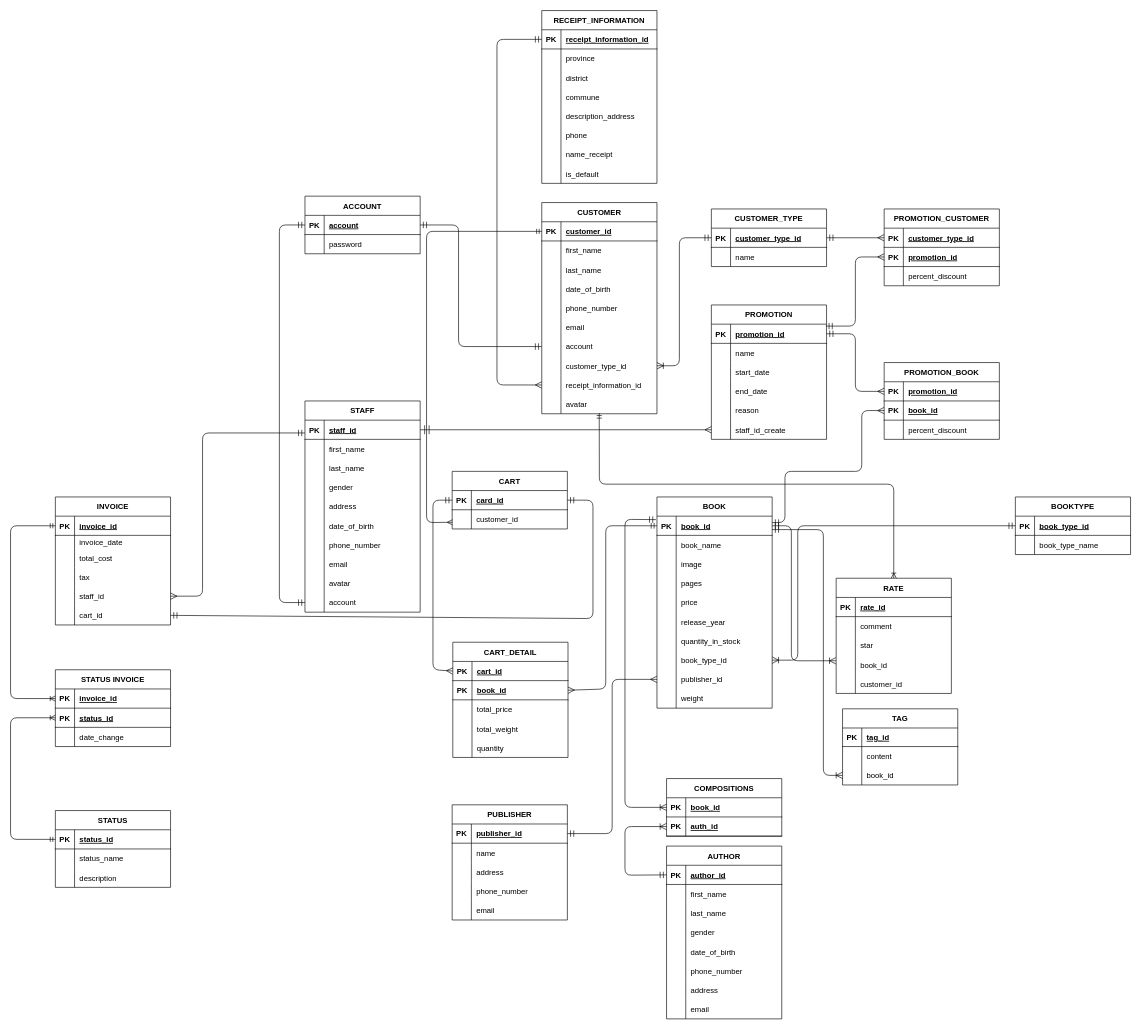
This is design/database.drawio from powdevlin12/Sell_Book_Online_BE_NestJS, a draw.io file, before an edit. Source tidied: cells renumbered, new cells numbered last; positions are measured from the earlier drawing's top-left corner, leaving out a move shared by most shapes. Both pictures are drawn from the tidied source at 64%, with x=0, y=0 at pixel (10, 10).
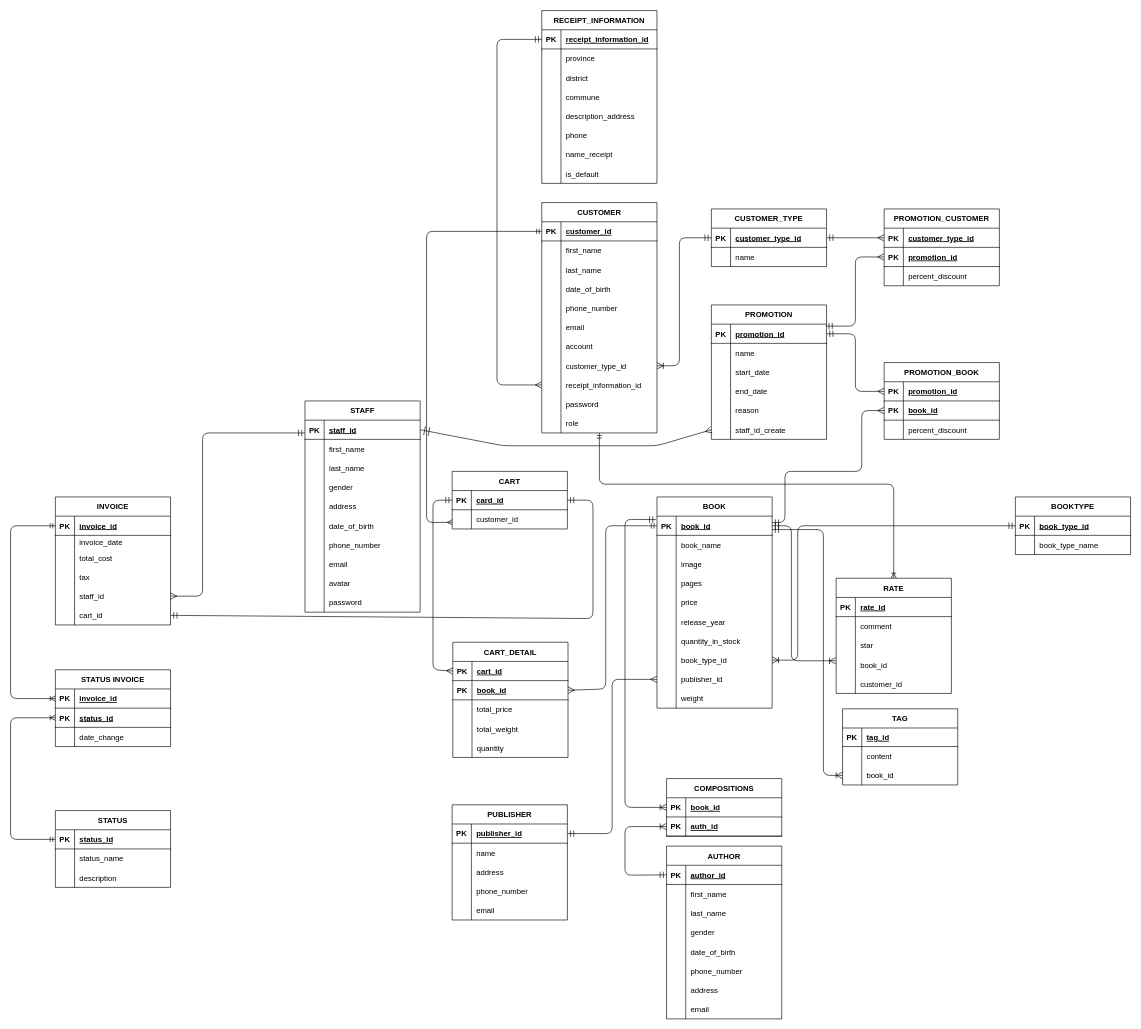
Above is the later version.

Unchanged cells that the change refers to:
```xml
<mxCell id="28" style="shape=tableRow;horizontal=0;startSize=0;swimlaneHead=0;swimlaneBody=0;fillColor=none;points=[[0,0.5],[1,0.5]];portConstraint=eastwest;top=0;left=0;right=0;bottom=0;" parent="9" vertex="1">
  <mxGeometry y="210" width="180" height="30" as="geometry" />
</mxCell>
<mxCell id="37" style="shape=tableRow;horizontal=0;startSize=0;swimlaneHead=0;swimlaneBody=0;fillColor=none;points=[[0,0.5],[1,0.5]];portConstraint=eastwest;top=0;left=0;right=0;bottom=0;" parent="9" vertex="1">
  <mxGeometry y="300" width="180" height="30" as="geometry" />
</mxCell>
<mxCell id="41" style="shape=tableRow;horizontal=0;startSize=0;swimlaneHead=0;swimlaneBody=0;fillColor=none;points=[[0,0.5],[1,0.5]];portConstraint=eastwest;top=0;left=0;right=0;bottom=1;rounded=0;shadow=0;fillStyle=auto;" parent="40" vertex="1">
  <mxGeometry y="30" width="180" height="30" as="geometry" />
</mxCell>
<mxCell id="68" style="shape=tableRow;horizontal=0;startSize=0;swimlaneHead=0;swimlaneBody=0;fillColor=none;points=[[0,0.5],[1,0.5]];portConstraint=eastwest;top=0;left=0;right=0;bottom=0;rounded=0;shadow=0;fillStyle=auto;" parent="40" vertex="1">
  <mxGeometry y="300" width="180" height="30" as="geometry" />
</mxCell>
<mxCell id="177" style="shape=tableRow;horizontal=0;startSize=0;swimlaneHead=0;swimlaneBody=0;fillColor=none;points=[[0,0.5],[1,0.5]];portConstraint=eastwest;top=0;left=0;right=0;bottom=0;rounded=0;shadow=0;fillStyle=auto;" parent="161" vertex="1">
  <mxGeometry y="180" width="180" height="30" as="geometry" />
</mxCell>
<mxCell id="309" value="RATE" style="shape=table;startSize=30;childLayout=tableLayout;rowLines=0;fontStyle=1;align=center;" parent="1" vertex="1">
  <mxGeometry x="1290" y="887" width="180" height="180" as="geometry" />
</mxCell>
```

The edit, as a diff of the source:
```diff
@@
-    <mxCell id="2" value="ACCOUNT" style="shape=table;startSize=30;childLayout=tableLayout;rowLines=0;fontStyle=1;align=center;fillStyle=auto;rounded=0;shadow=0;swimlaneLine=1;gradientColor=none;fillColor=default;swimlaneFillColor=none;" parent="1" vertex="1">
-      <mxGeometry x="460" y="290" width="180" height="90" as="geometry" />
-    </mxCell>
-    <mxCell id="3" style="shape=tableRow;horizontal=0;startSize=0;swimlaneHead=0;swimlaneBody=0;fillColor=none;points=[[0,0.5],[1,0.5]];portConstraint=eastwest;top=0;left=0;right=0;bottom=1;" parent="2" vertex="1">
-      <mxGeometry y="30" width="180" height="30" as="geometry" />
-    </mxCell>
-    <mxCell id="4" value="PK" style="shape=partialRectangle;fillColor=none;top=0;left=0;bottom=0;right=0;fontStyle=1;overflow=hidden;" parent="3" vertex="1">
-      <mxGeometry width="30" height="30" as="geometry" />
-    </mxCell>
-    <mxCell id="5" value="account" style="shape=partialRectangle;fillColor=none;top=0;left=0;bottom=0;right=0;align=left;spacingLeft=6;fontStyle=5;overflow=hidden;" parent="3" vertex="1">
-      <mxGeometry x="30" width="150" height="30" as="geometry" />
-    </mxCell>
-    <mxCell id="6" style="shape=tableRow;horizontal=0;startSize=0;swimlaneHead=0;swimlaneBody=0;fillColor=none;top=0;left=0;right=0;bottom=0;" parent="2" vertex="1">
-      <mxGeometry y="60" width="180" height="30" as="geometry" />
-    </mxCell>
-    <mxCell id="7" style="shape=partialRectangle;fillColor=none;top=0;left=0;bottom=0;right=0;overflow=hidden;" parent="6" vertex="1">
-      <mxGeometry width="30" height="30" as="geometry" />
-    </mxCell>
-    <mxCell id="8" value="password" style="shape=partialRectangle;fillColor=none;top=0;left=0;bottom=0;right=0;align=left;spacingLeft=6;overflow=hidden;" parent="6" vertex="1">
-      <mxGeometry x="30" width="150" height="30" as="geometry" />
-    </mxCell>
     <mxCell id="9" value="CUSTOMER" style="shape=table;startSize=30;childLayout=tableLayout;rowLines=0;fontStyle=1;align=center;" parent="1" vertex="1">
-      <mxGeometry x="830" y="300" width="180" height="330" as="geometry" />
+      <mxGeometry x="830" y="300" width="180" height="360" as="geometry" />
     </mxCell>
@@
-    <mxCell id="39" value="avatar" style="shape=partialRectangle;fillColor=none;top=0;left=0;bottom=0;right=0;align=left;spacingLeft=6;overflow=hidden;" parent="37" vertex="1">
+    <mxCell id="39" value="password" style="shape=partialRectangle;fillColor=none;top=0;left=0;bottom=0;right=0;align=left;spacingLeft=6;overflow=hidden;" parent="37" vertex="1">
       <mxGeometry x="30" width="150" height="30" as="geometry" />
     </mxCell>
+    <mxCell id="339" style="shape=tableRow;horizontal=0;startSize=0;swimlaneHead=0;swimlaneBody=0;fillColor=none;top=0;left=0;right=0;bottom=0;" parent="9" vertex="1">
+      <mxGeometry y="330" width="180" height="30" as="geometry" />
+    </mxCell>
+    <mxCell id="7" style="shape=partialRectangle;fillColor=none;top=0;left=0;bottom=0;right=0;overflow=hidden;" parent="339" vertex="1">
+      <mxGeometry width="30" height="30" as="geometry" />
+    </mxCell>
+    <mxCell id="340" value="role" style="shape=partialRectangle;fillColor=none;top=0;left=0;bottom=0;right=0;align=left;spacingLeft=6;overflow=hidden;" parent="339" vertex="1">
+      <mxGeometry x="30" width="150" height="30" as="geometry" />
+    </mxCell>
@@
-    <mxCell id="70" value="account" style="shape=partialRectangle;fillColor=none;top=0;left=0;bottom=0;right=0;align=left;spacingLeft=6;overflow=hidden;rounded=0;shadow=0;fillStyle=auto;" parent="68" vertex="1">
-      <mxGeometry x="30" width="150" height="30" as="geometry" />
-    </mxCell>
+    <mxCell id="8" value="password" style="shape=partialRectangle;fillColor=none;top=0;left=0;bottom=0;right=0;align=left;spacingLeft=6;overflow=hidden;rounded=0;shadow=0;fillStyle=auto;" parent="68" vertex="1">
+      <mxGeometry x="30" width="150" height="30" as="geometry" />
+    </mxCell>
@@
-    <mxCell id="109" style="edgeStyle=none;html=1;exitX=0;exitY=0.5;exitDx=0;exitDy=0;entryX=0;entryY=0.5;entryDx=0;entryDy=0;strokeColor=default;startArrow=ERmandOne;startFill=0;endArrow=ERmandOne;endFill=0;endSize=8;startSize=8;" parent="1" edge="1" source="68" target="3">
-      <mxGeometry relative="1" as="geometry">
-        <Array as="points">
-          <mxPoint x="420" y="925" />
-          <mxPoint x="420" y="335" />
-        </Array>
-      </mxGeometry>
-    </mxCell>
@@
-    <mxCell id="200" style="edgeStyle=none;html=1;exitX=1;exitY=0.5;exitDx=0;exitDy=0;entryX=0;entryY=0.5;entryDx=0;entryDy=0;strokeColor=default;startArrow=ERmandOne;startFill=0;endArrow=ERmandOne;endFill=0;endSize=8;startSize=8;" parent="1" edge="1" source="3" target="28">
-      <mxGeometry relative="1" as="geometry">
-        <Array as="points">
-          <mxPoint x="700" y="335" />
-          <mxPoint x="700" y="525" />
-        </Array>
-      </mxGeometry>
-    </mxCell>
     <mxCell id="201" style="edgeStyle=none;html=1;exitX=1;exitY=0.5;exitDx=0;exitDy=0;entryX=0;entryY=0.5;entryDx=0;entryDy=0;strokeColor=default;startArrow=ERmandOne;startFill=0;endArrow=ERmany;endFill=0;endSize=8;startSize=12;" parent="1" edge="1" source="41" target="177">
-      <mxGeometry relative="1" as="geometry" />
+      <mxGeometry relative="1" as="geometry">
+        <Array as="points">
+          <mxPoint x="770" y="680" />
+          <mxPoint x="1010" y="680" />
+        </Array>
+      </mxGeometry>
     </mxCell>
@@
-    <mxCell id="326" style="edgeStyle=none;html=1;exitX=0.499;exitY=0.96;exitDx=0;exitDy=0;entryX=0.5;entryY=0;entryDx=0;entryDy=0;exitPerimeter=0;startArrow=ERmandOne;startFill=0;endArrow=ERoneToMany;endFill=0;" parent="1" edge="1" source="37" target="309">
+    <mxCell id="326" style="edgeStyle=none;html=1;entryX=0.5;entryY=0;entryDx=0;entryDy=0;startArrow=ERmandOne;startFill=0;endArrow=ERoneToMany;endFill=0;" parent="1" edge="1" target="309">
       <mxGeometry relative="1" as="geometry">
+        <mxPoint x="920" y="660" as="sourcePoint" />
         <Array as="points">
           <mxPoint x="920" y="740" />
           <mxPoint x="1380" y="740" />
         </Array>
       </mxGeometry>
     </mxCell>
```
